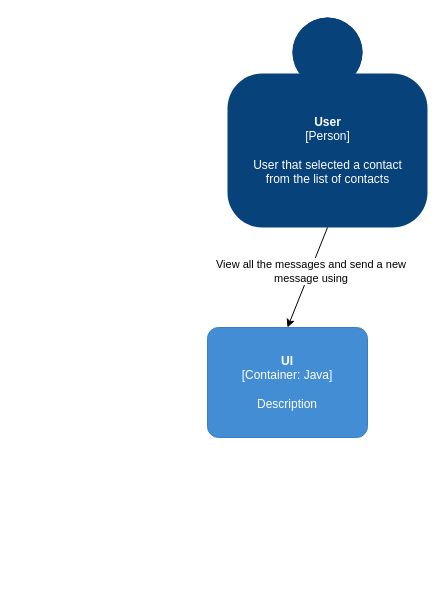
Before: page "Container-Diagram" (2 of 3) of C4/C4-Messaging-Module.drawio in HristeaIonut/Morse-Diagrams, a draw.io diagram. Source tidied: cells renumbered, new cells numbered last; positions are measured from the earlier drawing's top-left corner, leaving out a move shared by most shapes. Both pictures are drawn from the tidied source at 100%, with x=0, y=0 at pixel (207, 17).
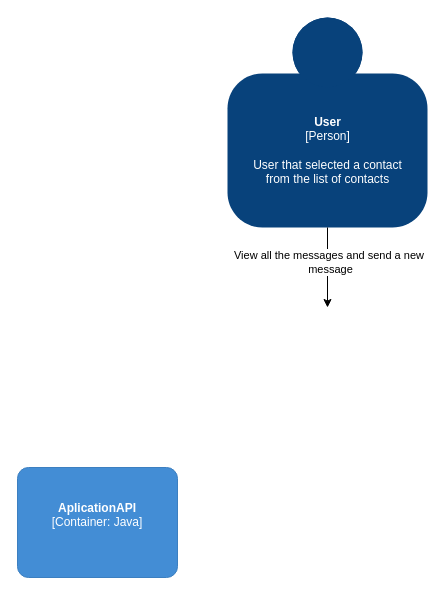
After the change.

Change to the diagram source:
```diff
@@
 <mxGraphModel>
   <root>
     <mxCell id="0" />
     <mxCell id="1" parent="0" />
     <object id="2" label="&lt;b&gt;%c4Name%&lt;/b&gt;&lt;div&gt;[%c4Type%]&lt;/div&gt;&lt;br&gt;&lt;div&gt;%c4Description%&lt;/div&gt;" c4Description="User that selected a contact &#10;from the list of contacts" c4Name="User" c4Type="Person" placeholders="1">
       <mxCell style="html=1;dashed=0;whitespace=wrap;fillColor=#08427b;strokeColor=none;fontColor=#ffffff;shape=mxgraph.c4.person;align=center;points=[[0.5,0,0],[1,0.5,0],[1,0.75,0],[0.75,1,0],[0.5,1,0],[0.25,1,0],[0,0.75,0],[0,0.5,0]];metaData={&quot;c4Type&quot;:{&quot;editable&quot;:false}};" parent="1" vertex="1">
         <mxGeometry x="20" width="200" height="210" as="geometry" />
       </mxCell>
     </object>
-    <mxCell id="3" style="endArrow=classic;html=1;entryX=0.5;entryY=0;entryDx=0;entryDy=0;entryPerimeter=0;exitX=0.5;exitY=1;exitDx=0;exitDy=0;exitPerimeter=0;" parent="1" edge="1" source="2" target="5">
-      <mxGeometry relative="1" as="geometry" />
+    <mxCell id="3" style="endArrow=classic;html=1;entryX=0.5;entryY=0;entryDx=0;entryDy=0;entryPerimeter=0;exitX=0.5;exitY=1;exitDx=0;exitDy=0;exitPerimeter=0;" parent="1" edge="1" source="2">
+      <mxGeometry relative="1" as="geometry">
+        <mxPoint x="120" y="290" as="targetPoint" />
+      </mxGeometry>
     </mxCell>
-    <mxCell id="4" value="&lt;div&gt;View all the messages and send a new&amp;nbsp;&lt;/div&gt;&lt;div&gt;message using&amp;nbsp;&lt;/div&gt;" style="edgeLabel;html=1;align=center;verticalAlign=middle;" parent="3" vertex="1">
+    <mxCell id="4" value="&lt;div&gt;View all the messages and send a new&amp;nbsp;&lt;/div&gt;&lt;div&gt;message&lt;/div&gt;" style="edgeLabel;html=1;align=center;verticalAlign=middle;" parent="3" vertex="1">
       <mxGeometry x="-0.15" y="2" relative="1" as="geometry" />
     </mxCell>
-    <object id="5" label="&lt;b&gt;%c4Name%&lt;/b&gt;&lt;div&gt;[%c4Type%: %c4Technology%]&lt;/div&gt;&lt;br&gt;&lt;div&gt;%c4Description%&lt;/div&gt;" c4Description="Description" c4Name="UI" c4Technology="Java" c4Type="Container" placeholders="1">
+    <object id="5" label="&lt;b&gt;%c4Name%&lt;/b&gt;&lt;div&gt;[%c4Type%: %c4Technology%]&lt;/div&gt;&lt;br&gt;&lt;div&gt;%c4Description%&lt;/div&gt;" c4Description="" c4Name="AplicationAPI" c4Technology="Java" c4Type="Container" placeholders="1">
       <mxCell style="rounded=1;whiteSpace=wrap;html=1;labelBackgroundColor=none;fillColor=#438DD5;fontColor=#ffffff;align=center;arcSize=10;strokeColor=#3C7FC0;metaData={&quot;c4Type&quot;:{&quot;editable&quot;:false}};points=[[0.25,0,0],[0.5,0,0],[0.75,0,0],[1,0.25,0],[1,0.5,0],[1,0.75,0],[0.75,1,0],[0.5,1,0],[0.25,1,0],[0,0.75,0],[0,0.5,0],[0,0.25,0]];" parent="1" vertex="1">
-        <mxGeometry y="310" width="160" height="110" as="geometry" />
+        <mxGeometry x="-190" y="450" width="160" height="110" as="geometry" />
       </mxCell>
     </object>
   </root>
 </mxGraphModel>
```
